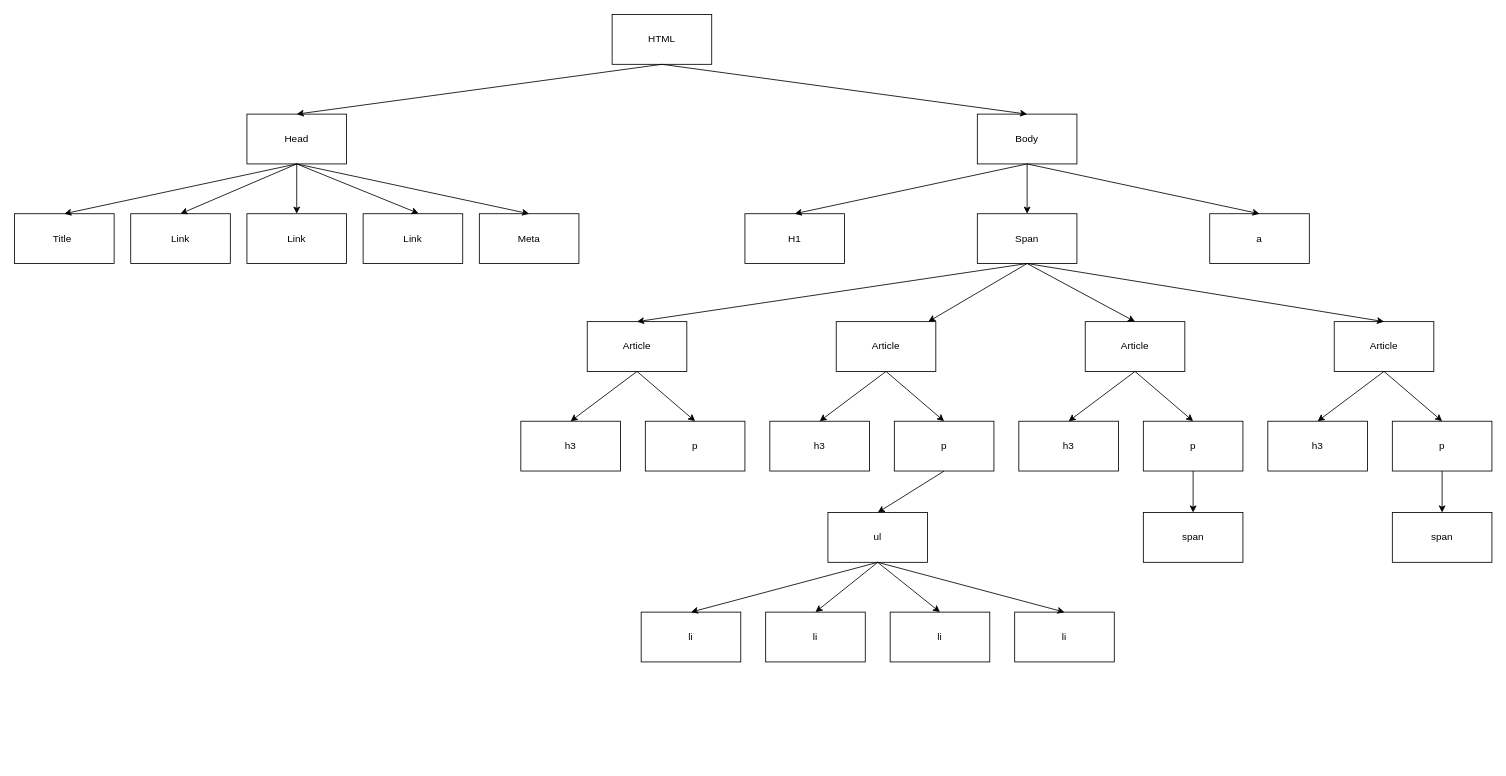
The draw.io diagram DOM/page_index/DOM_index.drawio in JosephLerouxBook/CNAM_Syracuse, before the edit. Source tidied: cells renumbered, new cells numbered last; positions are measured from the earlier drawing's top-left corner, leaving out a move shared by most shapes. Both pictures are drawn from the tidied source at 83%, with x=0, y=0 at pixel (14, 14).
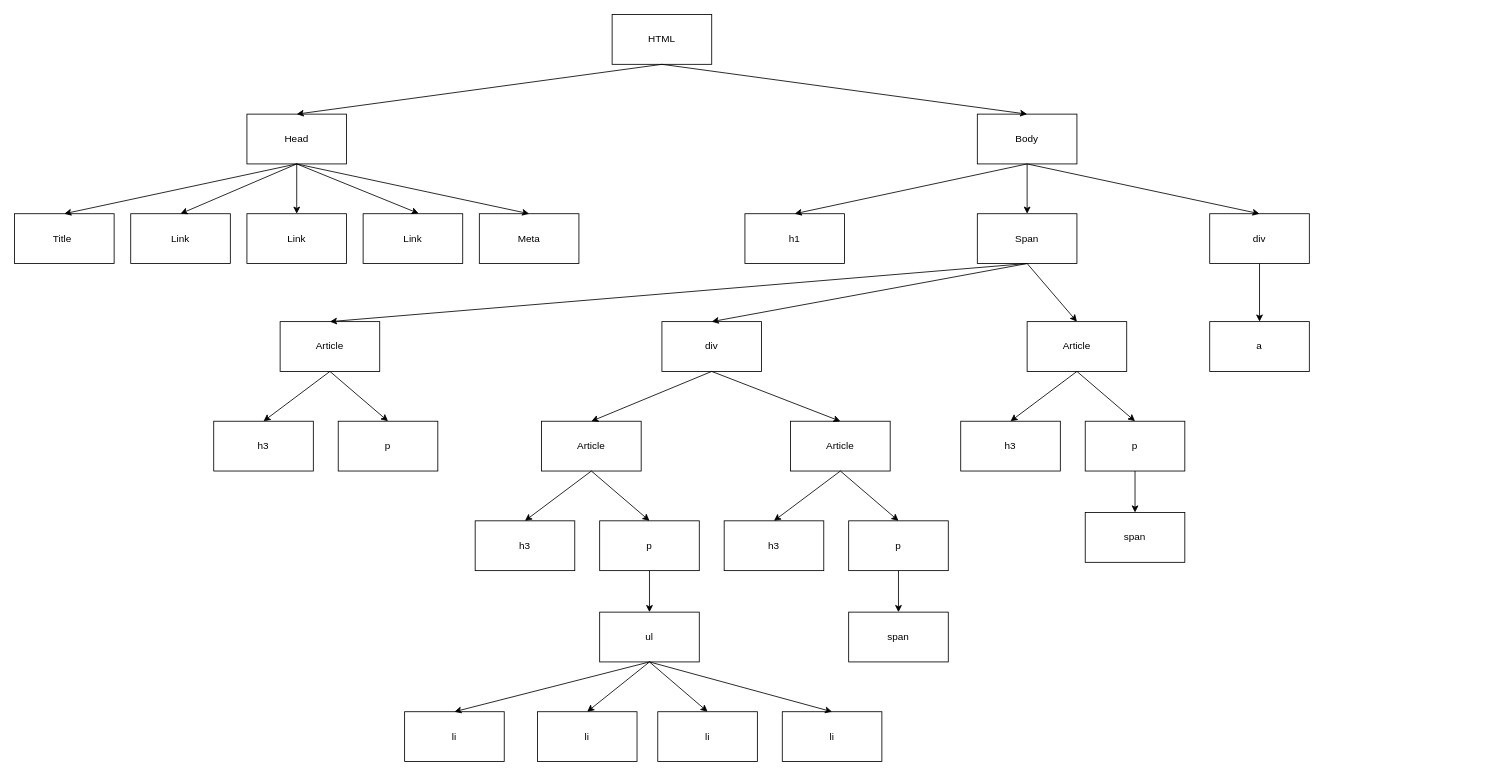
After the change.

The change refers to these unchanged cells:
```xml
<mxCell id="18" value="Span" style="rounded=0;whiteSpace=wrap;html=1;" parent="1" vertex="1">
  <mxGeometry x="1160" y="240" width="120" height="60" as="geometry" />
</mxCell>
```

Change to the diagram source:
```diff
@@
-    <mxCell id="17" value="&lt;div&gt;H1&lt;/div&gt;" style="rounded=0;whiteSpace=wrap;html=1;" parent="1" vertex="1">
+    <mxCell id="17" value="h1" style="rounded=0;whiteSpace=wrap;html=1;" parent="1" vertex="1">
       <mxGeometry x="880" y="240" width="120" height="60" as="geometry" />
     </mxCell>
@@
+    <mxCell id="61" style="edgeStyle=orthogonalEdgeStyle;rounded=0;jettySize=auto;html=1;" parent="1" edge="1" source="19" target="62">
+      <mxGeometry relative="1" as="geometry" />
+    </mxCell>
-    <mxCell id="19" value="a" style="rounded=0;whiteSpace=wrap;html=1;" parent="1" vertex="1">
+    <mxCell id="19" value="div" style="rounded=0;whiteSpace=wrap;html=1;" parent="1" vertex="1">
       <mxGeometry x="1440" y="240" width="120" height="60" as="geometry" />
     </mxCell>
     <mxCell id="20" value="Article" style="rounded=0;whiteSpace=wrap;html=1;" parent="1" vertex="1">
-      <mxGeometry x="690" y="370" width="120" height="60" as="geometry" />
+      <mxGeometry x="320" y="370" width="120" height="60" as="geometry" />
     </mxCell>
     <mxCell id="21" value="h3" style="rounded=0;whiteSpace=wrap;html=1;" parent="1" vertex="1">
-      <mxGeometry x="610" y="490" width="120" height="60" as="geometry" />
+      <mxGeometry x="240" y="490" width="120" height="60" as="geometry" />
     </mxCell>
     <mxCell id="22" value="p" style="rounded=0;whiteSpace=wrap;html=1;" parent="1" vertex="1">
-      <mxGeometry x="760" y="490" width="120" height="60" as="geometry" />
+      <mxGeometry x="390" y="490" width="120" height="60" as="geometry" />
     </mxCell>
@@
     <mxCell id="24" style="endArrow=classic;html=1;rounded=0;entryX=0.5;entryY=0;entryDx=0;entryDy=0;" parent="1" edge="1" target="22">
       <mxGeometry relative="1" as="geometry">
-        <mxPoint x="750" y="430" as="sourcePoint" />
+        <mxPoint x="380" y="430" as="sourcePoint" />
       </mxGeometry>
     </mxCell>
@@
     <mxCell id="26" value="Article" style="rounded=0;whiteSpace=wrap;html=1;" parent="1" vertex="1">
-      <mxGeometry x="990" y="370" width="120" height="60" as="geometry" />
+      <mxGeometry x="635" y="490" width="120" height="60" as="geometry" />
     </mxCell>
     <mxCell id="27" value="h3" style="rounded=0;whiteSpace=wrap;html=1;" parent="1" vertex="1">
-      <mxGeometry x="910" y="490" width="120" height="60" as="geometry" />
+      <mxGeometry x="555" y="610" width="120" height="60" as="geometry" />
     </mxCell>
     <mxCell id="28" value="p" style="rounded=0;whiteSpace=wrap;html=1;" parent="1" vertex="1">
-      <mxGeometry x="1060" y="490" width="120" height="60" as="geometry" />
+      <mxGeometry x="705" y="610" width="120" height="60" as="geometry" />
     </mxCell>
@@
     <mxCell id="30" style="endArrow=classic;html=1;rounded=0;entryX=0.5;entryY=0;entryDx=0;entryDy=0;" parent="1" edge="1" target="28">
       <mxGeometry relative="1" as="geometry">
-        <mxPoint x="1050" y="430" as="sourcePoint" />
+        <mxPoint x="695" y="550" as="sourcePoint" />
       </mxGeometry>
     </mxCell>
     <mxCell id="31" value="Article" style="rounded=0;whiteSpace=wrap;html=1;" parent="1" vertex="1">
-      <mxGeometry x="1290" y="370" width="120" height="60" as="geometry" />
+      <mxGeometry x="935" y="490" width="120" height="60" as="geometry" />
     </mxCell>
     <mxCell id="32" value="h3" style="rounded=0;whiteSpace=wrap;html=1;" parent="1" vertex="1">
-      <mxGeometry x="1210" y="490" width="120" height="60" as="geometry" />
+      <mxGeometry x="855" y="610" width="120" height="60" as="geometry" />
     </mxCell>
     <mxCell id="33" value="p" style="rounded=0;whiteSpace=wrap;html=1;" parent="1" vertex="1">
-      <mxGeometry x="1360" y="490" width="120" height="60" as="geometry" />
+      <mxGeometry x="1005" y="610" width="120" height="60" as="geometry" />
     </mxCell>
@@
     <mxCell id="35" style="endArrow=classic;html=1;rounded=0;entryX=0.5;entryY=0;entryDx=0;entryDy=0;" parent="1" edge="1" target="33">
       <mxGeometry relative="1" as="geometry">
-        <mxPoint x="1350" y="430" as="sourcePoint" />
+        <mxPoint x="995" y="550" as="sourcePoint" />
       </mxGeometry>
     </mxCell>
-    <mxCell id="36" style="endArrow=classic;html=1;rounded=0;" parent="1" edge="1" target="26">
-      <mxGeometry relative="1" as="geometry">
-        <mxPoint x="1220" y="300" as="sourcePoint" />
-      </mxGeometry>
-    </mxCell>
-    <mxCell id="37" style="endArrow=classic;html=1;rounded=0;entryX=0.5;entryY=0;entryDx=0;entryDy=0;" parent="1" edge="1" target="31">
-      <mxGeometry relative="1" as="geometry">
-        <mxPoint x="1220" y="300" as="sourcePoint" />
-      </mxGeometry>
-    </mxCell>
@@
     <mxCell id="41" value="Article" style="rounded=0;whiteSpace=wrap;html=1;" parent="1" vertex="1">
-      <mxGeometry x="1590" y="370" width="120" height="60" as="geometry" />
+      <mxGeometry x="1220" y="370" width="120" height="60" as="geometry" />
     </mxCell>
     <mxCell id="42" value="h3" style="rounded=0;whiteSpace=wrap;html=1;" parent="1" vertex="1">
-      <mxGeometry x="1510" y="490" width="120" height="60" as="geometry" />
+      <mxGeometry x="1140" y="490" width="120" height="60" as="geometry" />
     </mxCell>
     <mxCell id="43" value="p" style="rounded=0;whiteSpace=wrap;html=1;" parent="1" vertex="1">
-      <mxGeometry x="1660" y="490" width="120" height="60" as="geometry" />
+      <mxGeometry x="1290" y="490" width="120" height="60" as="geometry" />
     </mxCell>
@@
     <mxCell id="45" style="endArrow=classic;html=1;rounded=0;entryX=0.5;entryY=0;entryDx=0;entryDy=0;" parent="1" edge="1" target="43">
       <mxGeometry relative="1" as="geometry">
-        <mxPoint x="1650" y="430" as="sourcePoint" />
+        <mxPoint x="1280" y="430" as="sourcePoint" />
       </mxGeometry>
     </mxCell>
@@
     <mxCell id="47" value="ul" style="rounded=0;whiteSpace=wrap;html=1;" parent="1" vertex="1">
-      <mxGeometry x="980" y="600" width="120" height="60" as="geometry" />
+      <mxGeometry x="705" y="720" width="120" height="60" as="geometry" />
     </mxCell>
     <mxCell id="48" value="&lt;div&gt;li&lt;/div&gt;" style="rounded=0;whiteSpace=wrap;html=1;" parent="1" vertex="1">
-      <mxGeometry x="755" y="720" width="120" height="60" as="geometry" />
+      <mxGeometry x="470" y="840" width="120" height="60" as="geometry" />
     </mxCell>
     <mxCell id="49" value="&lt;div&gt;li&lt;/div&gt;" style="rounded=0;whiteSpace=wrap;html=1;" parent="1" vertex="1">
-      <mxGeometry x="905" y="720" width="120" height="60" as="geometry" />
+      <mxGeometry x="630" y="840" width="120" height="60" as="geometry" />
     </mxCell>
     <mxCell id="50" value="&lt;div&gt;li&lt;/div&gt;" style="rounded=0;whiteSpace=wrap;html=1;" parent="1" vertex="1">
-      <mxGeometry x="1205" y="720" width="120" height="60" as="geometry" />
+      <mxGeometry x="925" y="840" width="120" height="60" as="geometry" />
     </mxCell>
     <mxCell id="51" value="&lt;div&gt;li&lt;/div&gt;" style="rounded=0;whiteSpace=wrap;html=1;" parent="1" vertex="1">
-      <mxGeometry x="1055" y="720" width="120" height="60" as="geometry" />
+      <mxGeometry x="775" y="840" width="120" height="60" as="geometry" />
     </mxCell>
@@
-    <mxCell id="55" style="endArrow=classic;html=1;rounded=0;entryX=0.5;entryY=0;entryDx=0;entryDy=0;" parent="1" edge="1" target="48">
-      <mxGeometry relative="1" as="geometry">
-        <mxPoint x="1040" y="660" as="sourcePoint" />
-      </mxGeometry>
+    <mxCell id="55" style="endArrow=classic;html=1;rounded=0;entryX=0.5;entryY=0;entryDx=0;entryDy=0;exitX=0.5;exitY=1;exitDx=0;exitDy=0;" parent="1" edge="1" source="47" target="48">
+      <mxGeometry relative="1" as="geometry" />
     </mxCell>
@@
     <mxCell id="57" value="span" style="rounded=0;whiteSpace=wrap;html=1;" parent="1" vertex="1">
-      <mxGeometry x="1360" y="600" width="120" height="60" as="geometry" />
+      <mxGeometry x="1005" y="720" width="120" height="60" as="geometry" />
     </mxCell>
@@
     <mxCell id="59" value="span" style="rounded=0;whiteSpace=wrap;html=1;" parent="1" vertex="1">
-      <mxGeometry x="1660" y="600" width="120" height="60" as="geometry" />
+      <mxGeometry x="1290" y="600" width="120" height="60" as="geometry" />
     </mxCell>
@@
+    <mxCell id="62" value="a" style="rounded=0;whiteSpace=wrap;html=1;" parent="1" vertex="1">
+      <mxGeometry x="1440" y="370" width="120" height="60" as="geometry" />
+    </mxCell>
+    <mxCell id="63" value="div" style="rounded=0;whiteSpace=wrap;html=1;" parent="1" vertex="1">
+      <mxGeometry x="780" y="370" width="120" height="60" as="geometry" />
+    </mxCell>
+    <mxCell id="64" style="endArrow=classic;html=1;rounded=0;exitX=0.5;exitY=1;exitDx=0;exitDy=0;entryX=0.5;entryY=0;entryDx=0;entryDy=0;" parent="1" edge="1" source="18" target="63">
+      <mxGeometry relative="1" as="geometry" />
+    </mxCell>
+    <mxCell id="65" style="endArrow=classic;html=1;rounded=0;exitX=0.5;exitY=1;exitDx=0;exitDy=0;entryX=0.5;entryY=0;entryDx=0;entryDy=0;" parent="1" edge="1" source="63" target="31">
+      <mxGeometry relative="1" as="geometry" />
+    </mxCell>
+    <mxCell id="66" style="endArrow=classic;html=1;rounded=0;exitX=0.5;exitY=1;exitDx=0;exitDy=0;entryX=0.5;entryY=0;entryDx=0;entryDy=0;" parent="1" edge="1" source="63" target="26">
+      <mxGeometry relative="1" as="geometry" />
+    </mxCell>
```
